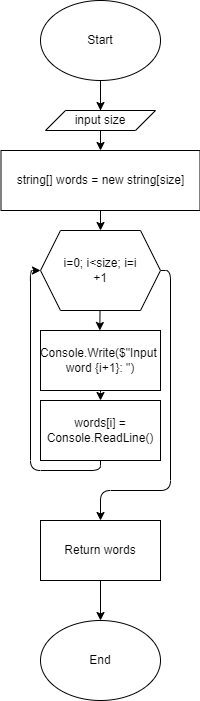
The draw.io diagram 1.CreateArray.drawio.png in wdlts/EXAMINATION_CSHARP, before a commit. Source tidied: cells renumbered, new cells last; positions are measured from the earlier drawing's top-left corner, leaving out a move shared by most shapes.
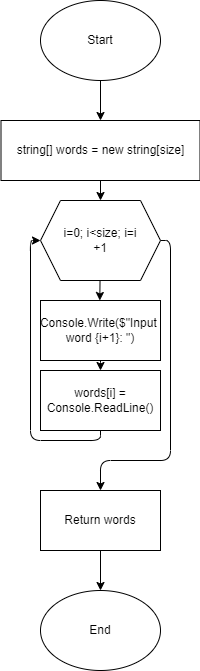
After the commit.

What changed in the source:
```diff
@@ -2,9 +2,8 @@
   <root>
     <mxCell id="0" />
     <mxCell id="1" parent="0" />
-    <mxCell id="2" style="edgeStyle=none;html=1;" parent="1" edge="1">
+    <mxCell id="2" style="edgeStyle=none;html=1;exitX=0.5;exitY=1;exitDx=0;exitDy=0;" parent="1" edge="1" source="17">
       <mxGeometry relative="1" as="geometry">
-        <mxPoint x="100" y="90" as="sourcePoint" />
         <mxPoint x="100" y="150" as="targetPoint" />
       </mxGeometry>
     </mxCell>
@@ -51,17 +50,11 @@
     <mxCell id="13" value="End" style="ellipse;whiteSpace=wrap;html=1;" parent="1" vertex="1">
       <mxGeometry x="40" y="620" width="120" height="80" as="geometry" />
     </mxCell>
-    <mxCell id="14" value="input size" style="shape=parallelogram;perimeter=parallelogramPerimeter;whiteSpace=wrap;html=1;fixedSize=1;" parent="1" vertex="1">
-      <mxGeometry x="45" y="110" width="110" height="20" as="geometry" />
-    </mxCell>
     <mxCell id="15" value="Console.Write($&quot;Input&amp;nbsp; word {i+1}: &quot;)" style="rounded=0;whiteSpace=wrap;html=1;" parent="1" vertex="1">
       <mxGeometry x="40" y="330" width="120" height="60" as="geometry" />
     </mxCell>
-    <mxCell id="16" style="edgeStyle=none;html=1;" parent="1" edge="1" source="17" target="14">
-      <mxGeometry relative="1" as="geometry" />
-    </mxCell>
     <mxCell id="17" value="Start" style="ellipse;whiteSpace=wrap;html=1;" parent="1" vertex="1">
-      <mxGeometry x="40" width="120" height="80" as="geometry" />
+      <mxGeometry x="40" y="30" width="120" height="80" as="geometry" />
     </mxCell>
   </root>
 </mxGraphModel>
```
